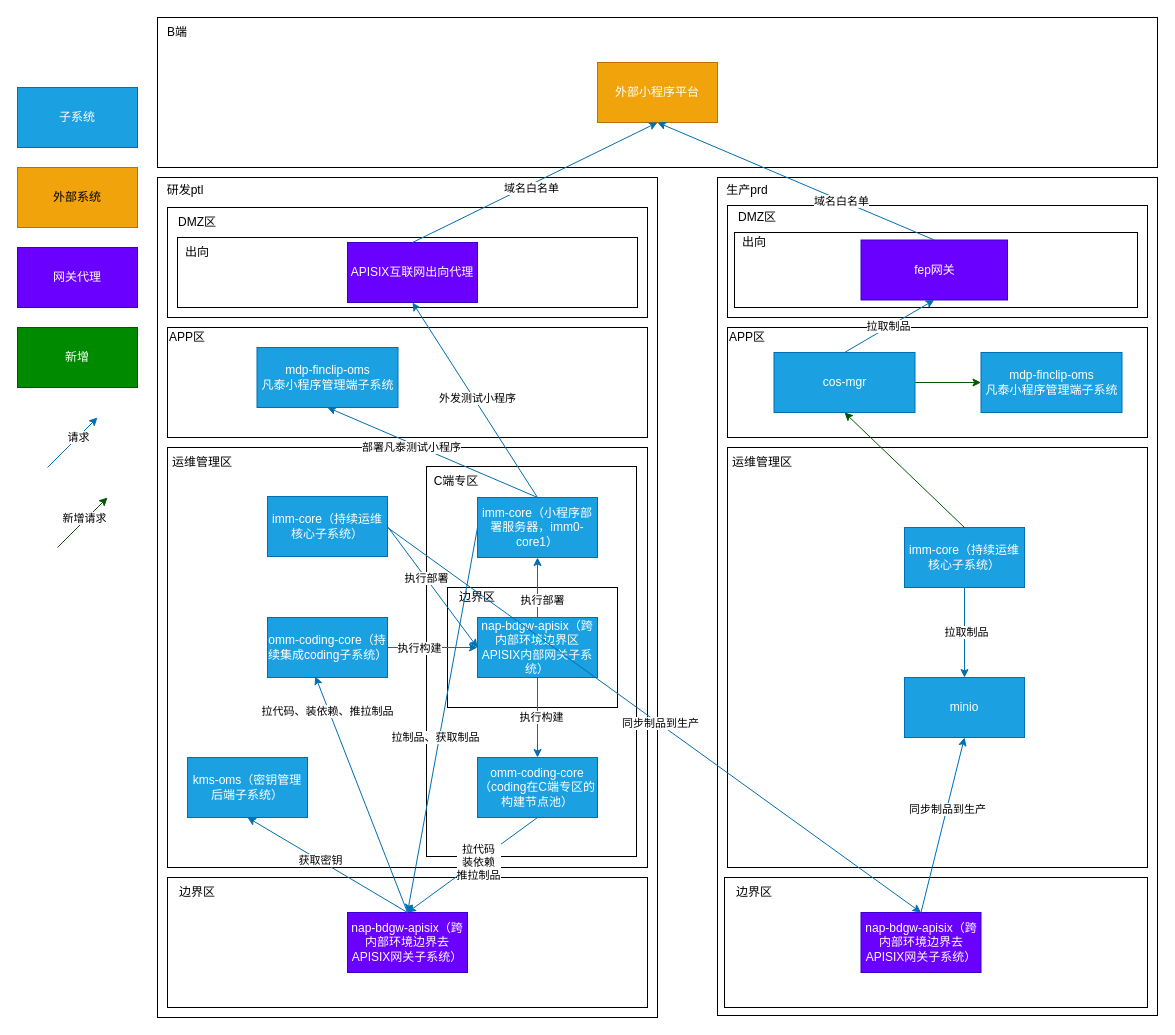
Earlier version of the draw.io diagram 小程序发布部署架构图-生产有C端专区--发ptl finclip--生产cos.drawio (lao-chengyong/-). Source tidied: cells renumbered, new cells numbered last; positions are measured from the earlier drawing's top-left corner, leaving out a move shared by most shapes. Both pictures are drawn from the tidied source at 100%, with x=0, y=0 at pixel (17, 17).
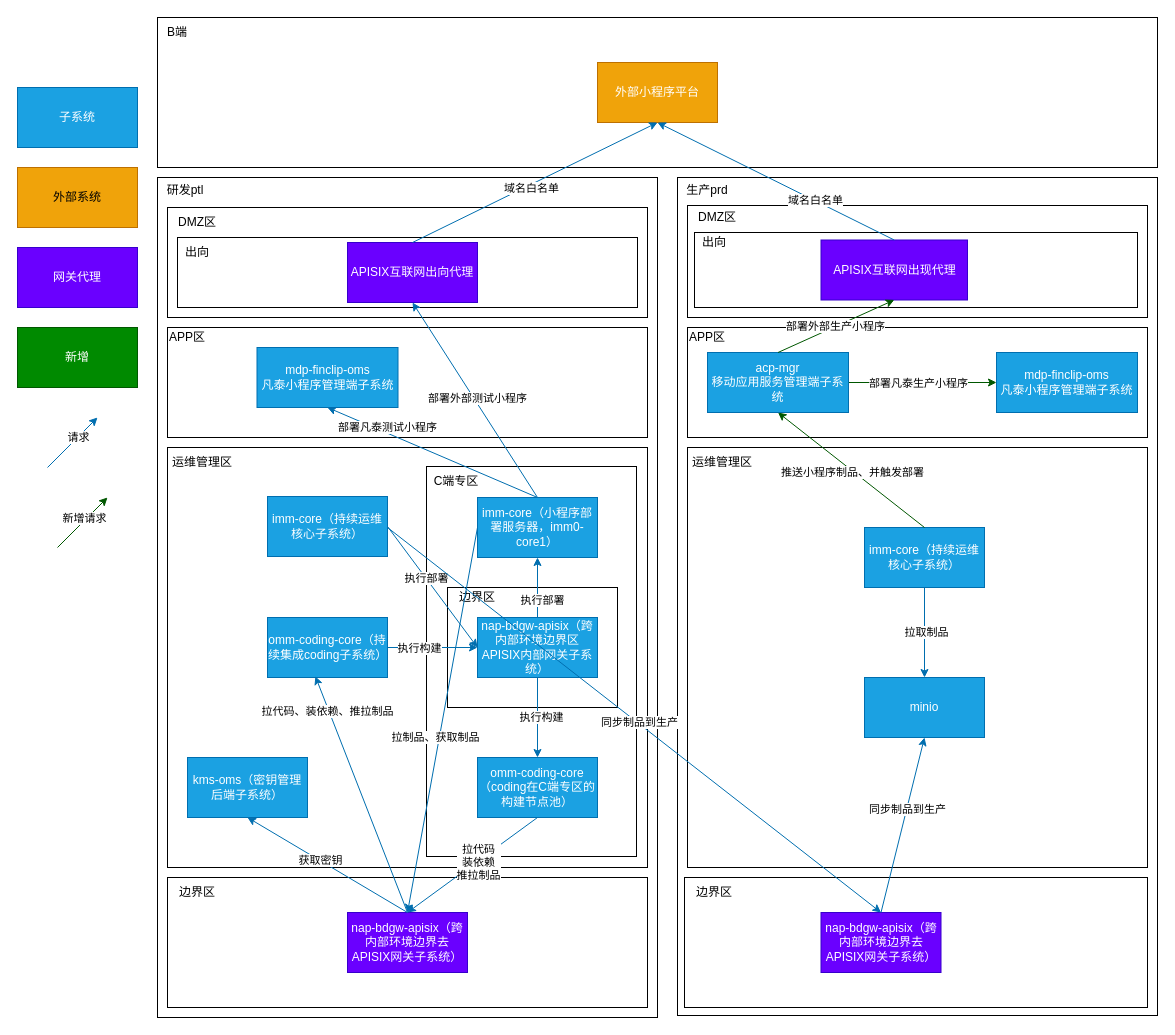
The same page after the edit.

Commit message:
更新小程序发布部署架构图-生产有C端专区--发ptl finclip--生产cos.drawio

The change refers to these unchanged cells:
```xml
<mxCell id="61" style="endArrow=classic;html=1;rounded=0;fillColor=#008a00;strokeColor=#005700;entryX=0;entryY=0.5;entryDx=0;entryDy=0;exitX=1;exitY=0.5;exitDx=0;exitDy=0;" parent="1" edge="1" source="89" target="34">
  <mxGeometry relative="1" as="geometry" />
</mxCell>
<mxCell id="81" style="endArrow=classic;html=1;rounded=0;fillColor=#008a00;strokeColor=#005700;exitX=0.5;exitY=0;exitDx=0;exitDy=0;entryX=0.5;entryY=1;entryDx=0;entryDy=0;" parent="1" edge="1" source="31" target="89">
  <mxGeometry relative="1" as="geometry" />
</mxCell>
<mxCell id="85" style="endArrow=classic;html=1;rounded=0;exitX=0.5;exitY=0;exitDx=0;exitDy=0;fillColor=#1ba1e2;strokeColor=#006EAF;entryX=0.5;entryY=1;entryDx=0;entryDy=0;" parent="1" edge="1" source="13" target="27">
  <mxGeometry relative="1" as="geometry" />
</mxCell>
<mxCell id="87" style="endArrow=classic;html=1;rounded=0;exitX=0.5;exitY=0;exitDx=0;exitDy=0;fillColor=#1ba1e2;strokeColor=#006EAF;entryX=0.5;entryY=1;entryDx=0;entryDy=0;" parent="1" edge="1" source="13" target="84">
  <mxGeometry relative="1" as="geometry" />
</mxCell>
```

Change to the diagram source:
```diff
@@
     <mxCell id="21" style="rounded=0;whiteSpace=wrap;html=1;" parent="1" vertex="1">
-      <mxGeometry x="700" y="160" width="440" height="838" as="geometry" />
+      <mxGeometry x="660" y="160" width="480" height="838" as="geometry" />
     </mxCell>
     <mxCell id="22" value="生产prd" style="text;html=1;strokeColor=none;fillColor=none;align=center;verticalAlign=middle;whiteSpace=wrap;rounded=0;" parent="1" vertex="1">
-      <mxGeometry x="700" y="158" width="60" height="30" as="geometry" />
+      <mxGeometry x="660" y="158" width="60" height="30" as="geometry" />
     </mxCell>
     <mxCell id="23" style="rounded=0;whiteSpace=wrap;html=1;" parent="1" vertex="1">
-      <mxGeometry x="710" y="188" width="420" height="112" as="geometry" />
+      <mxGeometry x="670" y="188" width="460" height="112" as="geometry" />
     </mxCell>
     <mxCell id="24" value="DMZ区" style="text;html=1;strokeColor=none;fillColor=none;align=center;verticalAlign=middle;whiteSpace=wrap;rounded=0;" parent="1" vertex="1">
-      <mxGeometry x="710" y="185" width="60" height="30" as="geometry" />
+      <mxGeometry x="670" y="185" width="60" height="30" as="geometry" />
     </mxCell>
     <mxCell id="25" style="rounded=0;whiteSpace=wrap;html=1;" parent="1" vertex="1">
-      <mxGeometry x="717" y="215" width="403" height="75" as="geometry" />
+      <mxGeometry x="677" y="215" width="443" height="75" as="geometry" />
     </mxCell>
     <mxCell id="26" value="出向" style="text;html=1;strokeColor=none;fillColor=none;align=center;verticalAlign=middle;whiteSpace=wrap;rounded=0;" parent="1" vertex="1">
-      <mxGeometry x="707" y="210" width="60" height="30" as="geometry" />
+      <mxGeometry x="667" y="210" width="60" height="30" as="geometry" />
     </mxCell>
@@
-    <mxCell id="28" value="fep网关" style="rounded=0;whiteSpace=wrap;html=1;fillColor=#6a00ff;fontColor=#ffffff;strokeColor=#3700CC;" parent="1" vertex="1">
-      <mxGeometry x="843.5" y="222.5" width="146.5" height="60" as="geometry" />
+    <mxCell id="28" value="APISIX互联网出现代理" style="rounded=0;whiteSpace=wrap;html=1;fillColor=#6a00ff;fontColor=#ffffff;strokeColor=#3700CC;" parent="1" vertex="1">
+      <mxGeometry x="803.5" y="222.5" width="146.5" height="60" as="geometry" />
     </mxCell>
     <mxCell id="29" style="rounded=0;whiteSpace=wrap;html=1;" parent="1" vertex="1">
-      <mxGeometry x="710" y="430" width="420" height="420" as="geometry" />
+      <mxGeometry x="670" y="430" width="460" height="420" as="geometry" />
     </mxCell>
     <mxCell id="30" value="运维管理区" style="text;html=1;strokeColor=none;fillColor=none;align=center;verticalAlign=middle;whiteSpace=wrap;rounded=0;" parent="1" vertex="1">
-      <mxGeometry x="710" y="430" width="70" height="30" as="geometry" />
+      <mxGeometry x="670" y="430" width="70" height="30" as="geometry" />
     </mxCell>
     <mxCell id="31" value="imm-core（持续运维核心子系统）" style="rounded=0;whiteSpace=wrap;html=1;fillColor=#1ba1e2;fontColor=#ffffff;strokeColor=#006EAF;" parent="1" vertex="1">
-      <mxGeometry x="887" y="510" width="120" height="60" as="geometry" />
+      <mxGeometry x="847" y="510" width="120" height="60" as="geometry" />
     </mxCell>
     <mxCell id="32" style="rounded=0;whiteSpace=wrap;html=1;" parent="1" vertex="1">
-      <mxGeometry x="710" y="310" width="420" height="110" as="geometry" />
+      <mxGeometry x="670" y="310" width="460" height="110" as="geometry" />
     </mxCell>
     <mxCell id="33" value="APP区" style="text;html=1;strokeColor=none;fillColor=none;align=center;verticalAlign=middle;whiteSpace=wrap;rounded=0;" parent="1" vertex="1">
-      <mxGeometry x="700" y="305" width="60" height="30" as="geometry" />
+      <mxGeometry x="660" y="305" width="60" height="30" as="geometry" />
     </mxCell>
     <mxCell id="34" value="mdp-finclip-oms&lt;br&gt;凡泰小程序管理端子系统" style="rounded=0;whiteSpace=wrap;html=1;fillColor=#1ba1e2;fontColor=#ffffff;strokeColor=#006EAF;" parent="1" vertex="1">
-      <mxGeometry x="963.5" y="335" width="141" height="60" as="geometry" />
+      <mxGeometry x="979" y="335" width="141" height="60" as="geometry" />
     </mxCell>
@@
+    <mxCell id="92" value="部署凡泰生产小程序" style="edgeLabel;html=1;align=center;verticalAlign=middle;" parent="61" vertex="1">
+      <mxGeometry x="-0.45" y="-1" relative="1" as="geometry">
+        <mxPoint x="28" y="-1" as="offset" />
+      </mxGeometry>
+    </mxCell>
     <mxCell id="62" value="minio" style="rounded=0;whiteSpace=wrap;html=1;fillColor=#1ba1e2;fontColor=#ffffff;strokeColor=#006EAF;" parent="1" vertex="1">
-      <mxGeometry x="887" y="660" width="120" height="60" as="geometry" />
+      <mxGeometry x="847" y="660" width="120" height="60" as="geometry" />
     </mxCell>
     <mxCell id="63" style="rounded=0;whiteSpace=wrap;html=1;" parent="1" vertex="1">
-      <mxGeometry x="767" y="890" width="120" height="60" as="geometry" />
+      <mxGeometry x="727" y="890" width="120" height="60" as="geometry" />
     </mxCell>
     <mxCell id="64" style="rounded=0;whiteSpace=wrap;html=1;" parent="1" vertex="1">
-      <mxGeometry x="707" y="860" width="423" height="130" as="geometry" />
+      <mxGeometry x="667" y="860" width="463" height="130" as="geometry" />
     </mxCell>
     <mxCell id="65" value="边界区" style="text;html=1;strokeColor=none;fillColor=none;align=center;verticalAlign=middle;whiteSpace=wrap;rounded=0;" parent="1" vertex="1">
-      <mxGeometry x="707" y="860" width="60" height="30" as="geometry" />
+      <mxGeometry x="667" y="860" width="60" height="30" as="geometry" />
     </mxCell>
     <mxCell id="66" value="nap-bdgw-apisix（跨内部环境边界去APISIX网关子系统）" style="rounded=0;whiteSpace=wrap;html=1;fillColor=#6a00ff;fontColor=#ffffff;strokeColor=#3700CC;" parent="1" vertex="1">
-      <mxGeometry x="843.5" y="895" width="120" height="60" as="geometry" />
+      <mxGeometry x="803.5" y="895" width="120" height="60" as="geometry" />
     </mxCell>
@@
+    <mxCell id="93" value="推送小程序制品、并触发部署" style="edgeLabel;html=1;align=center;verticalAlign=middle;" parent="81" vertex="1">
+      <mxGeometry x="-0.02" y="1" relative="1" as="geometry" />
+    </mxCell>
@@
-    <mxCell id="86" value="外发测试小程序" style="edgeLabel;html=1;align=center;verticalAlign=middle;" parent="85" vertex="1">
+    <mxCell id="86" value="部署外部测试小程序" style="edgeLabel;html=1;align=center;verticalAlign=middle;" parent="85" vertex="1">
       <mxGeometry y="-3" relative="1" as="geometry" />
     </mxCell>
@@
     <mxCell id="88" value="部署凡泰测试小程序" style="edgeLabel;html=1;align=center;verticalAlign=middle;" parent="87" vertex="1">
       <mxGeometry x="0.16" relative="1" as="geometry">
-        <mxPoint x="-4" y="2" as="offset" />
+        <mxPoint x="-28" y="-18" as="offset" />
       </mxGeometry>
     </mxCell>
-    <mxCell id="89" value="cos-mgr" style="rounded=0;whiteSpace=wrap;html=1;fillColor=#1ba1e2;fontColor=#ffffff;strokeColor=#006EAF;" parent="1" vertex="1">
-      <mxGeometry x="756.5" y="335" width="141" height="60" as="geometry" />
+    <mxCell id="89" value="acp-mgr&lt;br&gt;移动应用服务管理端子系统" style="rounded=0;whiteSpace=wrap;html=1;fillColor=#1ba1e2;fontColor=#ffffff;strokeColor=#006EAF;" parent="1" vertex="1">
+      <mxGeometry x="690" y="335" width="141" height="60" as="geometry" />
     </mxCell>
-    <mxCell id="90" style="endArrow=classic;html=1;rounded=0;fillColor=#1ba1e2;strokeColor=#006EAF;entryX=0.5;entryY=1;entryDx=0;entryDy=0;exitX=0.5;exitY=0;exitDx=0;exitDy=0;" parent="1" edge="1" source="89" target="28">
+    <mxCell id="90" style="endArrow=classic;html=1;rounded=0;fillColor=#008a00;strokeColor=#005700;exitX=0.5;exitY=0;exitDx=0;exitDy=0;entryX=0.5;entryY=1;entryDx=0;entryDy=0;" parent="1" edge="1" source="89" target="28">
       <mxGeometry relative="1" as="geometry" />
     </mxCell>
-    <mxCell id="91" value="拉取制品" style="edgeLabel;html=1;align=center;verticalAlign=middle;" parent="90" vertex="1">
-      <mxGeometry x="-0.02" y="1" relative="1" as="geometry" />
-    </mxCell>
+    <mxCell id="94" value="部署外部生产小程序" style="edgeLabel;html=1;align=center;verticalAlign=middle;" parent="90" vertex="1">
+      <mxGeometry x="-0.02" y="1" relative="1" as="geometry" />
+    </mxCell>
```
